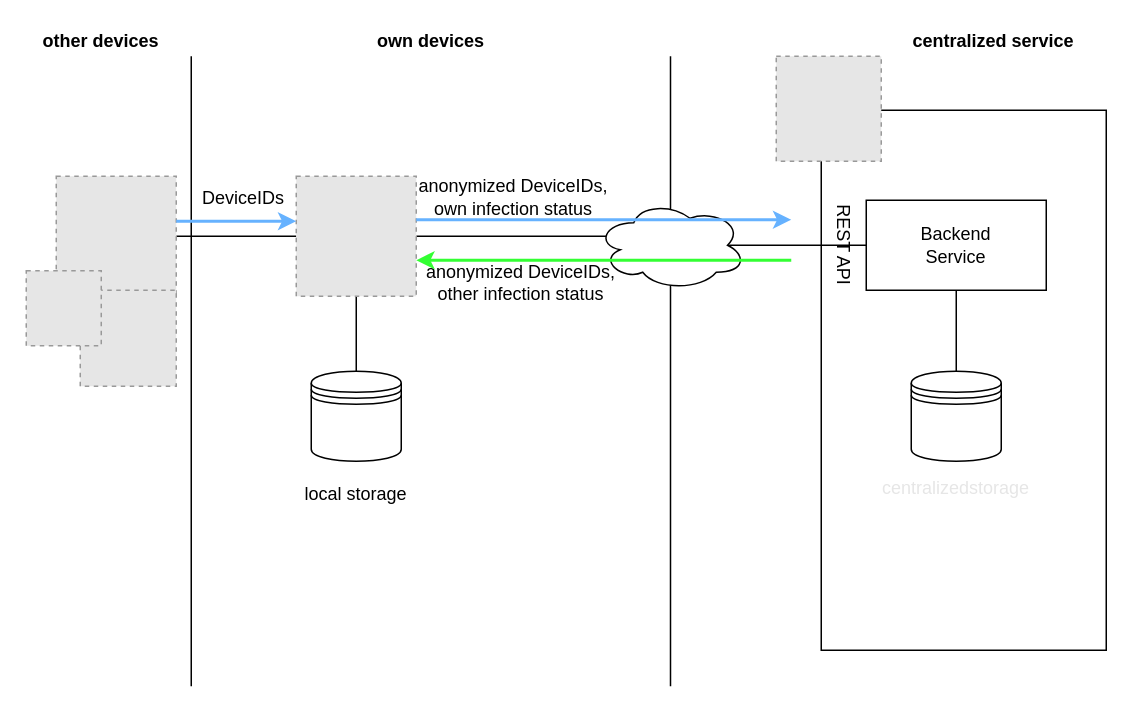
Earlier version of the draw.io diagram docs/drawio/architecture.drawio (generaliinformatik/mycoradar). Source tidied: cells renumbered, new cells numbered last; positions are measured from the earlier drawing's top-left corner, leaving out a move shared by most shapes. Both pictures are drawn from the tidied source at 150%, with x=0, y=0 at pixel (26, 26). Pictures stored in the file or linked from it are replaced by grey dashed boxes.
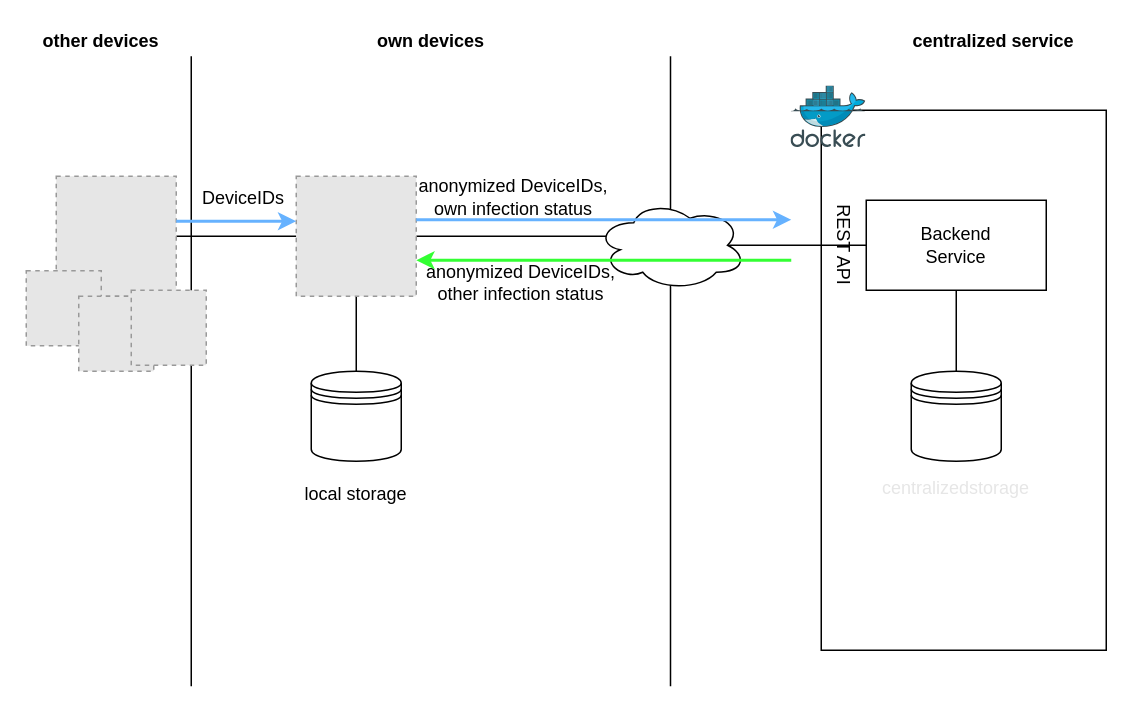
The same page after the edit.

Diff of the diagram source:
```diff
@@
-    <mxCell id="10" style="fillColor=#E6E6E6;strokeColor=#999999;dashed=1;html=1;verticalAlign=top;verticalLabelPosition=bottom;labelBackgroundColor=#ffffff;fontColor=#E6E6E6;" parent="1" vertex="1">
-      <mxGeometry x="500" y="20" width="70" height="70" as="geometry" />
-    </mxCell>
@@
-    <mxCell id="30" style="fillColor=#E6E6E6;strokeColor=#999999;dashed=1;html=1;verticalAlign=top;verticalLabelPosition=bottom;labelBackgroundColor=#ffffff;fontColor=#000000;" parent="1" vertex="1">
-      <mxGeometry x="36" y="176" width="64" height="64" as="geometry" />
-    </mxCell>
@@
+    <mxCell id="32" style="fillColor=#E6E6E6;strokeColor=#999999;dashed=1;html=1;verticalAlign=top;verticalLabelPosition=bottom;labelBackgroundColor=#ffffff;fontColor=#000000;" parent="1" vertex="1">
+      <mxGeometry x="35" y="180" width="50" height="50" as="geometry" />
+    </mxCell>
+    <mxCell id="33" style="fillColor=#E6E6E6;strokeColor=#999999;dashed=1;html=1;verticalAlign=top;verticalLabelPosition=bottom;labelBackgroundColor=#ffffff;fontColor=#000000;" parent="1" vertex="1">
+      <mxGeometry x="70" y="176" width="50" height="50" as="geometry" />
+    </mxCell>
+    <mxCell id="34" style="html=1;align=center;image;fontSize=12;image=img/lib/mscae/Docker.svg;strokeWidth=2;" parent="1" vertex="1">
+      <mxGeometry x="510" y="40" width="50" height="41" as="geometry" />
+    </mxCell>
```
